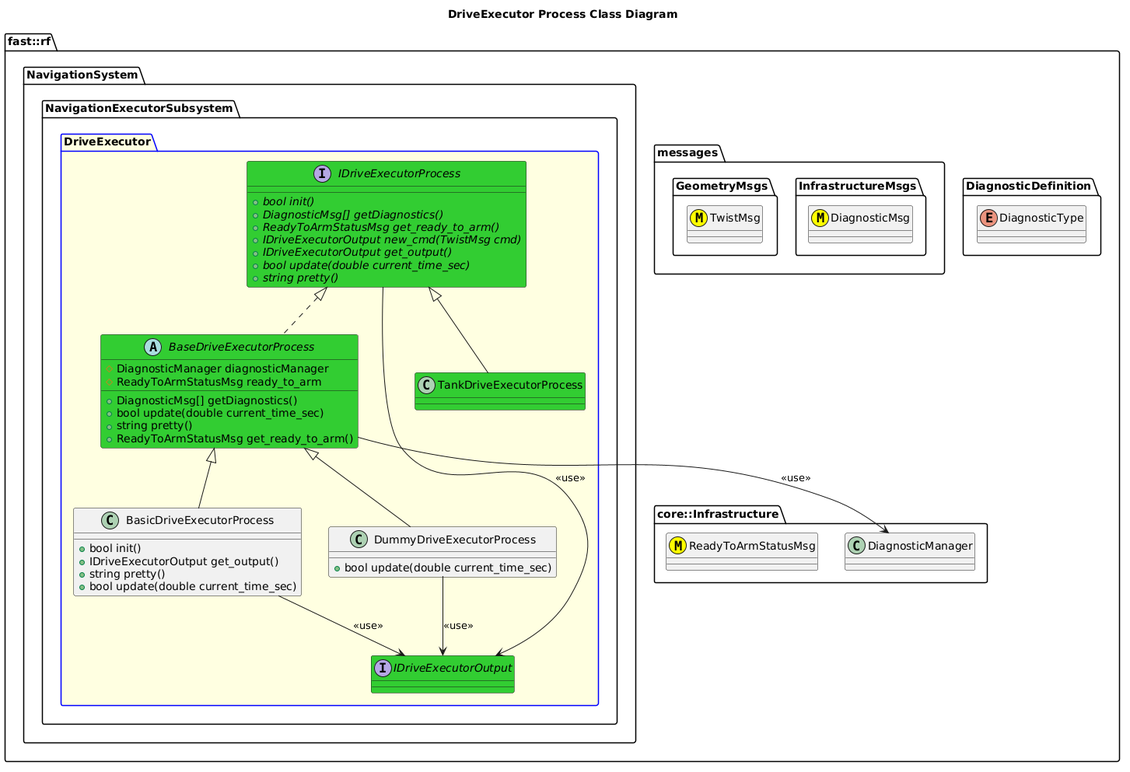
The PlantUML diagram Systems/Navigation/Subsystems/NavigationExecutor/Processes/DriveExecutor/doc/puml/DriveExecutorProcessClassDiagram.png in fastrobotics/robot_framework, before a commit.
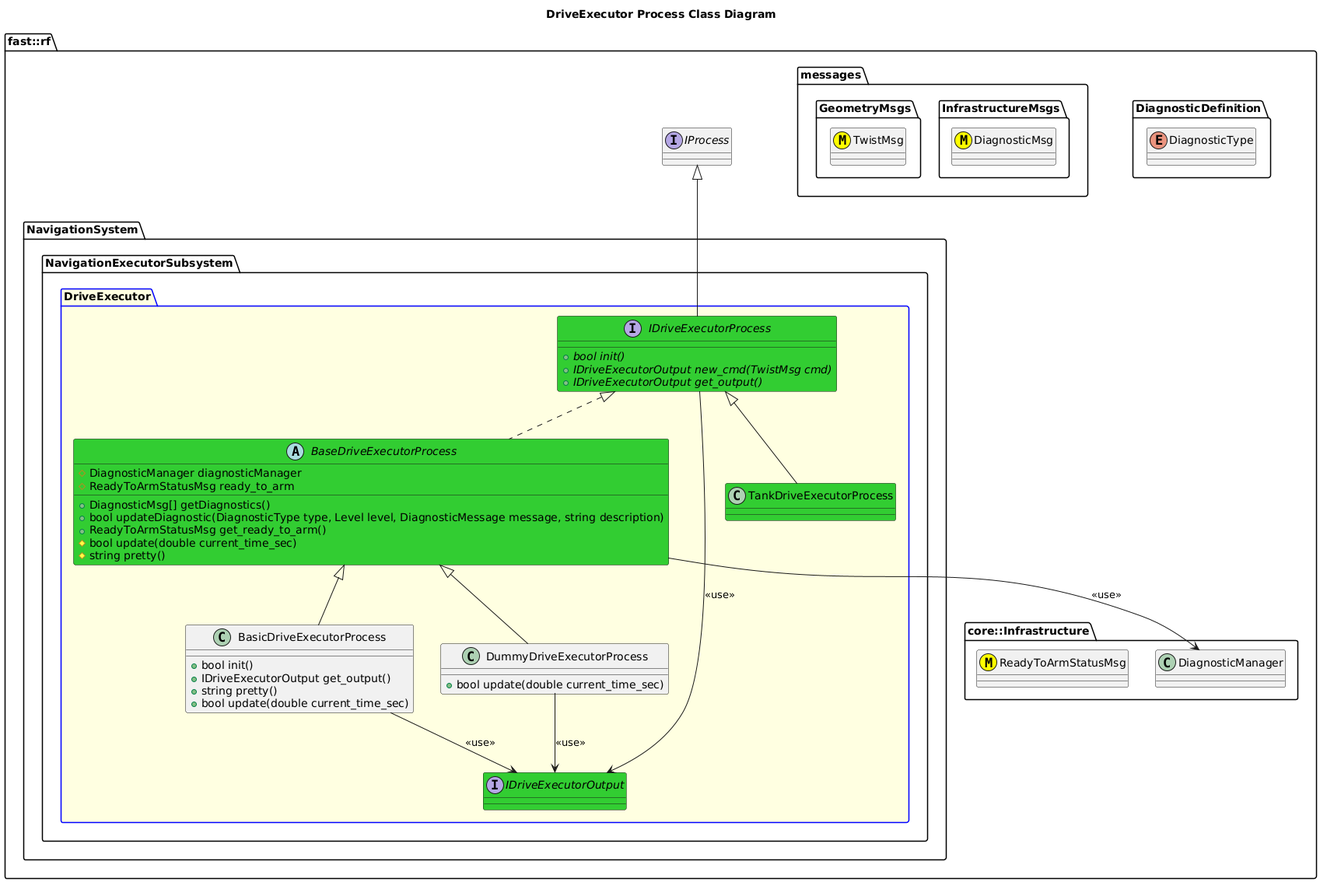
After the commit.

Diff of the diagram source:
```diff
@@ -17,6 +17,7 @@
     class DiagnosticManager
     class ReadyToArmStatusMsg <<(M,#FFFF00)>>
   }
+  interface IProcess
   namespace NavigationSystem {
     namespace NavigationExecutorSubsystem {
       package DriveExecutor #LightYellow;line:blue {
@@ -25,22 +26,19 @@
         }
         interface IDriveExecutorProcess #LimeGreen {
           +{abstract} bool init()
-          +{abstract} DiagnosticMsg[] getDiagnostics()
-          +{abstract} ReadyToArmStatusMsg get_ready_to_arm()
           +{abstract} IDriveExecutorOutput new_cmd(TwistMsg cmd)
           +{abstract} IDriveExecutorOutput get_output()
-          +{abstract} bool update(double current_time_sec)
-          +{abstract} string pretty()
         }
+	IDriveExecutorProcess -up-|> IProcess
         IDriveExecutorProcess --> IDriveExecutorOutput: <<use>>
         abstract BaseDriveExecutorProcess #LimeGreen {
           +DiagnosticMsg[] getDiagnostics()
-          +bool update(double current_time_sec)
-          +string pretty()
+          +bool updateDiagnostic(DiagnosticType type, Level level, DiagnosticMessage message, string description)
           +ReadyToArmStatusMsg get_ready_to_arm()
+          #bool update(double current_time_sec)
+          #string pretty()
           #DiagnosticManager diagnosticManager
           #ReadyToArmStatusMsg ready_to_arm
-
 
         }
         BaseDriveExecutorProcess .up.|> IDriveExecutorProcess
```
